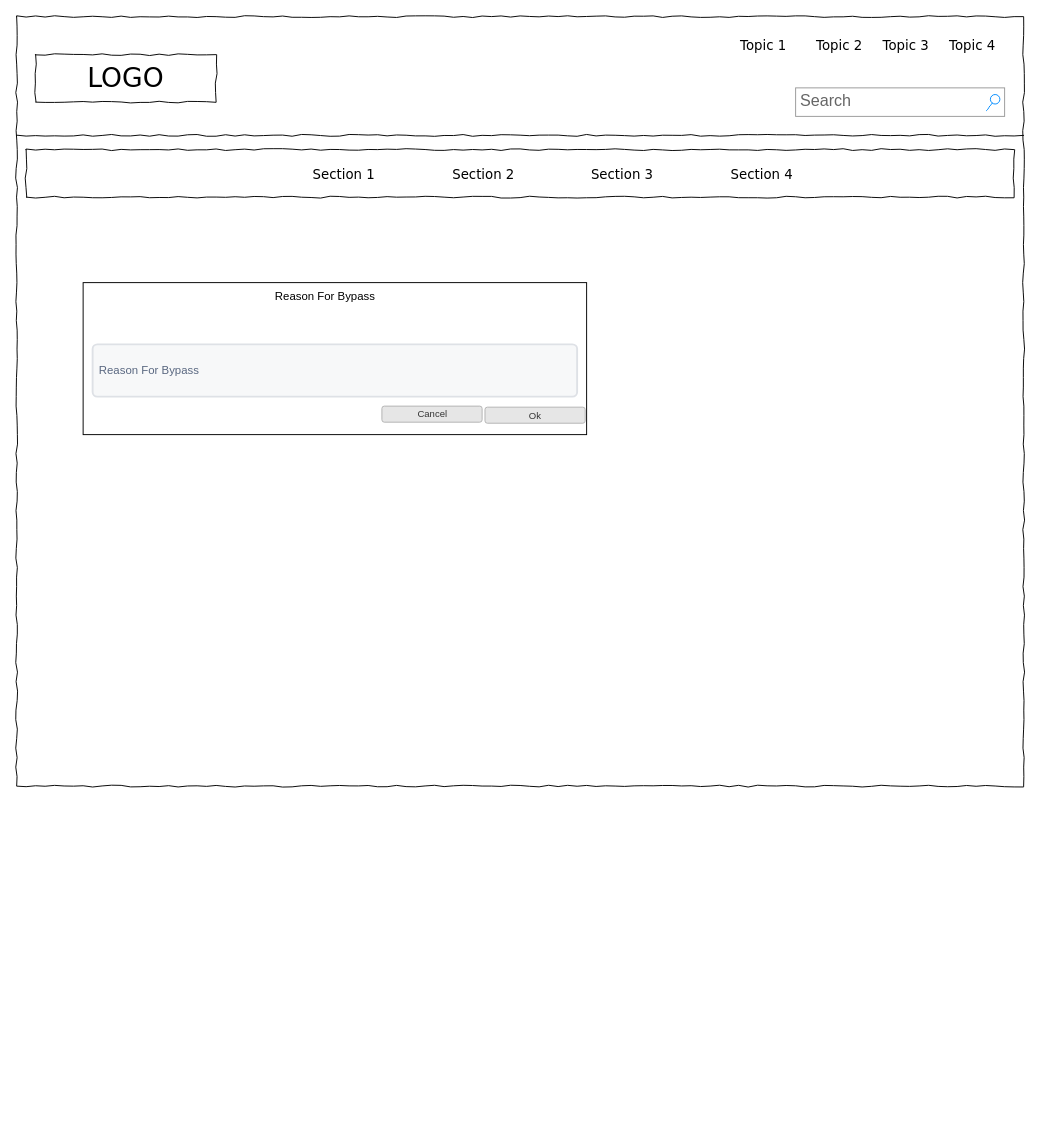
Earlier version of the draw.io diagram page "Page-1" (1 of 2) of EPS - PI-17 - Use-cases.drawio (nilaratandas/drowInventory). Source tidied: cells renumbered, new cells numbered last; positions are measured from the earlier drawing's top-left corner, leaving out a move shared by most shapes. Both pictures are drawn from the tidied source at 95%, with x=0, y=0 at pixel (16, 16). Pictures stored in the file or linked from it are replaced by grey dashed boxes.
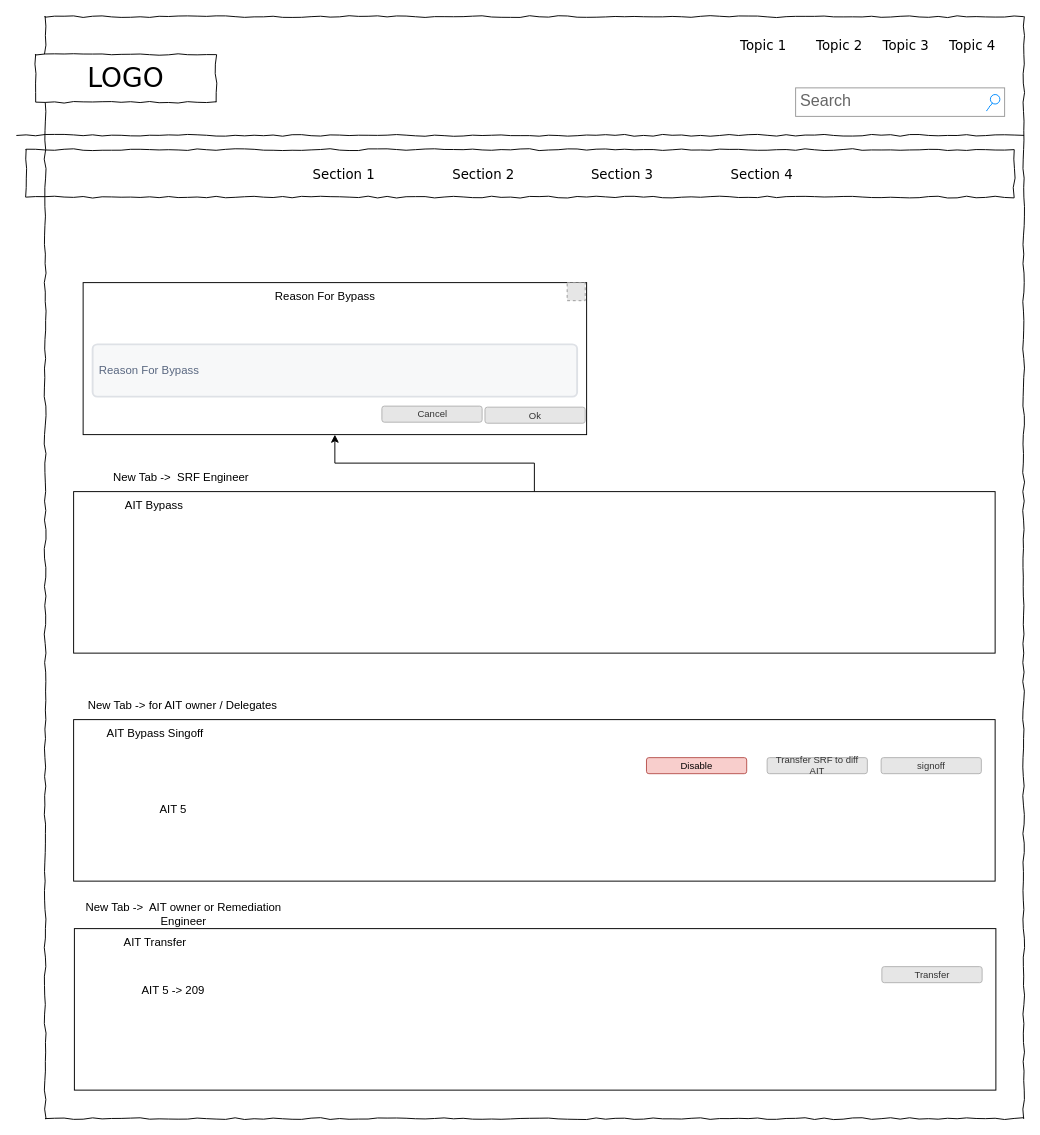
After the change.

The change refers to these unchanged cells:
```xml
<mxCell id="15" style="rounded=0;whiteSpace=wrap;html=1;" parent="1" vertex="1">
  <mxGeometry x="70" y="280" width="530" height="160" as="geometry" />
</mxCell>
```

Diff of the diagram source:
```diff
@@
     <mxCell id="2" style="whiteSpace=wrap;html=1;rounded=0;shadow=0;labelBackgroundColor=none;strokeColor=#000000;strokeWidth=1;fillColor=none;fontFamily=Verdana;fontSize=12;fontColor=#000000;align=center;comic=1;" parent="1" vertex="1">
-      <mxGeometry width="1060" height="810" as="geometry" />
+      <mxGeometry x="30" width="1030" height="1160" as="geometry" />
     </mxCell>
@@
+    <mxCell id="20" style="fillColor=#E6E6E6;strokeColor=#999999;dashed=1;html=1;verticalAlign=top;verticalLabelPosition=bottom;labelBackgroundColor=#ffffff;" parent="1" vertex="1">
+      <mxGeometry x="579.5" y="280" width="19" height="19" as="geometry" />
+    </mxCell>
+    <mxCell id="21" style="edgeStyle=orthogonalEdgeStyle;rounded=0;jettySize=auto;html=1;" parent="1" edge="1" source="22" target="15">
+      <mxGeometry relative="1" as="geometry" />
+    </mxCell>
+    <mxCell id="22" style="rounded=0;whiteSpace=wrap;html=1;" parent="1" vertex="1">
+      <mxGeometry x="60" y="500" width="970" height="170" as="geometry" />
+    </mxCell>
+    <mxCell id="23" value="AIT Bypass" style="text;html=1;strokeColor=none;fillColor=none;align=center;verticalAlign=middle;whiteSpace=wrap;rounded=0;" parent="1" vertex="1">
+      <mxGeometry x="60" y="500" width="170" height="30" as="geometry" />
+    </mxCell>
+    <mxCell id="24" value="New Tab -&amp;gt;&amp;nbsp; SRF Engineer&amp;nbsp;" style="text;html=1;strokeColor=none;fillColor=none;align=center;verticalAlign=middle;whiteSpace=wrap;rounded=0;" parent="1" vertex="1">
+      <mxGeometry x="60" y="470" width="230" height="30" as="geometry" />
+    </mxCell>
+    <mxCell id="25" style="rounded=0;whiteSpace=wrap;html=1;" parent="1" vertex="1">
+      <mxGeometry x="60" y="740" width="970" height="170" as="geometry" />
+    </mxCell>
+    <mxCell id="26" value="AIT Bypass Singoff" style="text;html=1;strokeColor=none;fillColor=none;align=center;verticalAlign=middle;whiteSpace=wrap;rounded=0;" parent="1" vertex="1">
+      <mxGeometry x="61" y="740" width="170" height="30" as="geometry" />
+    </mxCell>
+    <mxCell id="27" value="New Tab -&amp;gt; for AIT owner / Delegates" style="text;html=1;strokeColor=none;fillColor=none;align=center;verticalAlign=middle;whiteSpace=wrap;rounded=0;" parent="1" vertex="1">
+      <mxGeometry x="60" y="710" width="230" height="30" as="geometry" />
+    </mxCell>
+    <mxCell id="28" value="signoff" style="rounded=1;html=1;shadow=0;dashed=0;whiteSpace=wrap;fontSize=10;fillColor=#E6E6E6;align=center;strokeColor=#B3B3B3;fontColor=#333333;" parent="1" vertex="1">
+      <mxGeometry x="910" y="780" width="105.5" height="16.9" as="geometry" />
+    </mxCell>
+    <mxCell id="29" value="Transfer SRF to diff AIT" style="rounded=1;html=1;shadow=0;dashed=0;whiteSpace=wrap;fontSize=10;fillColor=#E6E6E6;align=center;strokeColor=#B3B3B3;fontColor=#333333;" parent="1" vertex="1">
+      <mxGeometry x="790" y="780" width="105.5" height="16.9" as="geometry" />
+    </mxCell>
+    <mxCell id="30" style="rounded=0;whiteSpace=wrap;html=1;" parent="1" vertex="1">
+      <mxGeometry x="60.8" y="960" width="970" height="170" as="geometry" />
+    </mxCell>
+    <mxCell id="31" value="AIT Transfer" style="text;html=1;strokeColor=none;fillColor=none;align=center;verticalAlign=middle;whiteSpace=wrap;rounded=0;" parent="1" vertex="1">
+      <mxGeometry x="60.8" y="960" width="170" height="30" as="geometry" />
+    </mxCell>
+    <mxCell id="32" value="New Tab -&amp;gt;&amp;nbsp; AIT owner or Remediation Engineer" style="text;html=1;strokeColor=none;fillColor=none;align=center;verticalAlign=middle;whiteSpace=wrap;rounded=0;" parent="1" vertex="1">
+      <mxGeometry x="60.8" y="930" width="230" height="30" as="geometry" />
+    </mxCell>
+    <mxCell id="33" value="Transfer" style="rounded=1;html=1;shadow=0;dashed=0;whiteSpace=wrap;fontSize=10;fillColor=#E6E6E6;align=center;strokeColor=#B3B3B3;fontColor=#333333;" parent="1" vertex="1">
+      <mxGeometry x="910.8" y="1000" width="105.5" height="16.9" as="geometry" />
+    </mxCell>
+    <mxCell id="34" value="Disable" style="rounded=1;html=1;shadow=0;dashed=0;whiteSpace=wrap;fontSize=10;fillColor=#f8cecc;align=center;strokeColor=#b85450;" parent="1" vertex="1">
+      <mxGeometry x="663" y="780" width="105.5" height="16.9" as="geometry" />
+    </mxCell>
+    <mxCell id="35" value="AIT 5" style="text;html=1;strokeColor=none;fillColor=none;align=center;verticalAlign=middle;whiteSpace=wrap;rounded=0;" parent="1" vertex="1">
+      <mxGeometry x="80" y="820" width="170" height="30" as="geometry" />
+    </mxCell>
+    <mxCell id="36" value="AIT 5 -&amp;gt; 209" style="text;html=1;strokeColor=none;fillColor=none;align=center;verticalAlign=middle;whiteSpace=wrap;rounded=0;" parent="1" vertex="1">
+      <mxGeometry x="80" y="1010" width="170" height="30" as="geometry" />
+    </mxCell>
```
